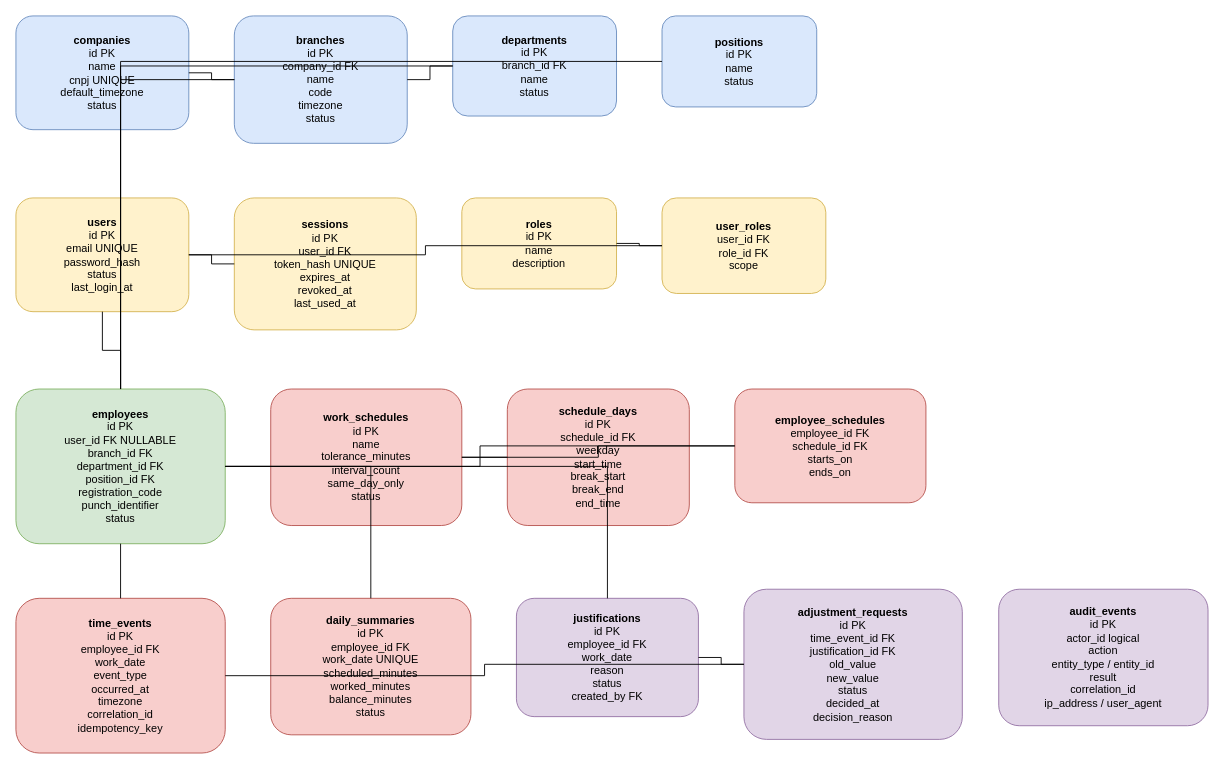
This is docs/database/erd.drawio from MatW23/JornadaMS, a draw.io file, before an edit. Source tidied: cells renumbered, new cells numbered last; positions are measured from the earlier drawing's top-left corner, leaving out a move shared by most shapes. Both pictures are drawn from the tidied source at 91%, with x=0, y=0 at pixel (15, 15).
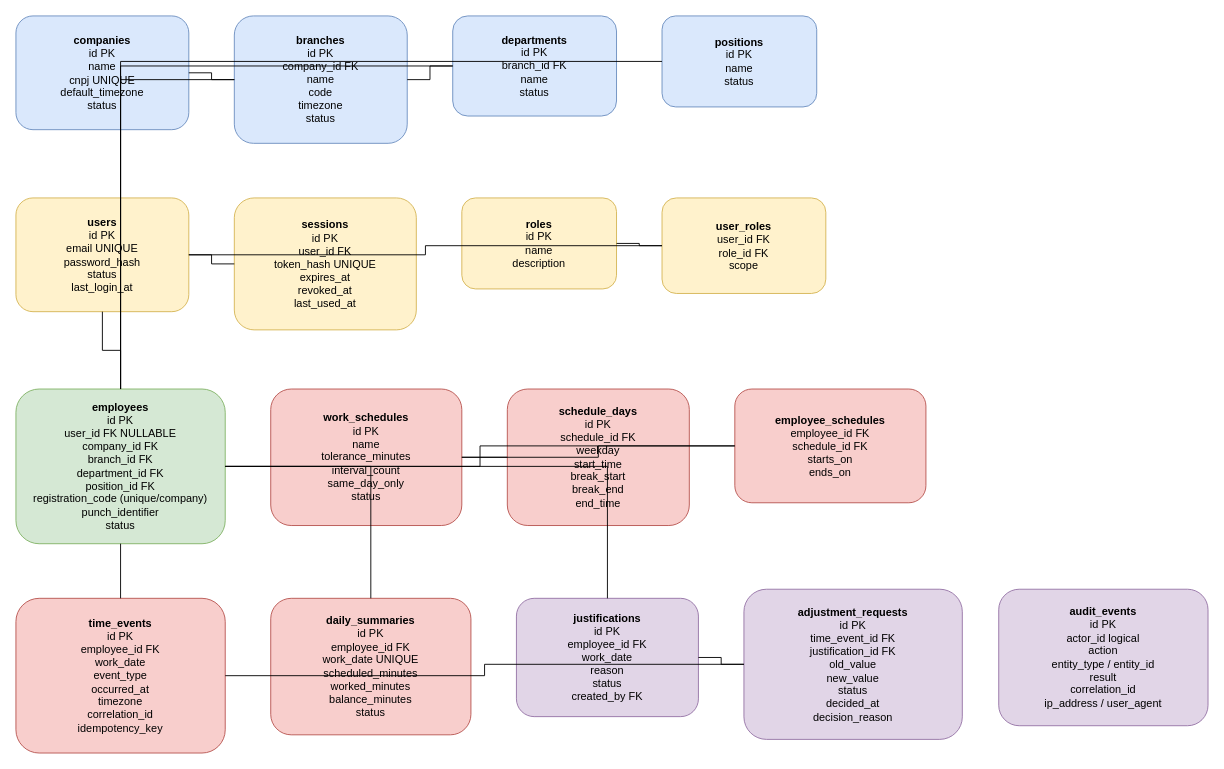
The same page after the edit.

Diff of the diagram source:
```diff
@@
-    <mxCell id="10" value="&lt;b&gt;employees&lt;/b&gt;&lt;br&gt;id PK&lt;br&gt;user_id FK NULLABLE&lt;br&gt;branch_id FK&lt;br&gt;department_id FK&lt;br&gt;position_id FK&lt;br&gt;registration_code&lt;br&gt;punch_identifier&lt;br&gt;status" style="rounded=1;whiteSpace=wrap;html=1;fillColor=#d5e8d4;strokeColor=#82b366;" parent="1" vertex="1">
+    <mxCell id="10" value="&lt;b&gt;employees&lt;/b&gt;&lt;br&gt;id PK&lt;br&gt;user_id FK NULLABLE&lt;br&gt;company_id FK&lt;br&gt;branch_id FK&lt;br&gt;department_id FK&lt;br&gt;position_id FK&lt;br&gt;registration_code (unique/company)&lt;br&gt;punch_identifier&lt;br&gt;status" style="rounded=1;whiteSpace=wrap;html=1;fillColor=#d5e8d4;strokeColor=#82b366;" parent="1" vertex="1">
       <mxGeometry y="410" width="230" height="170" as="geometry" />
     </mxCell>
```
